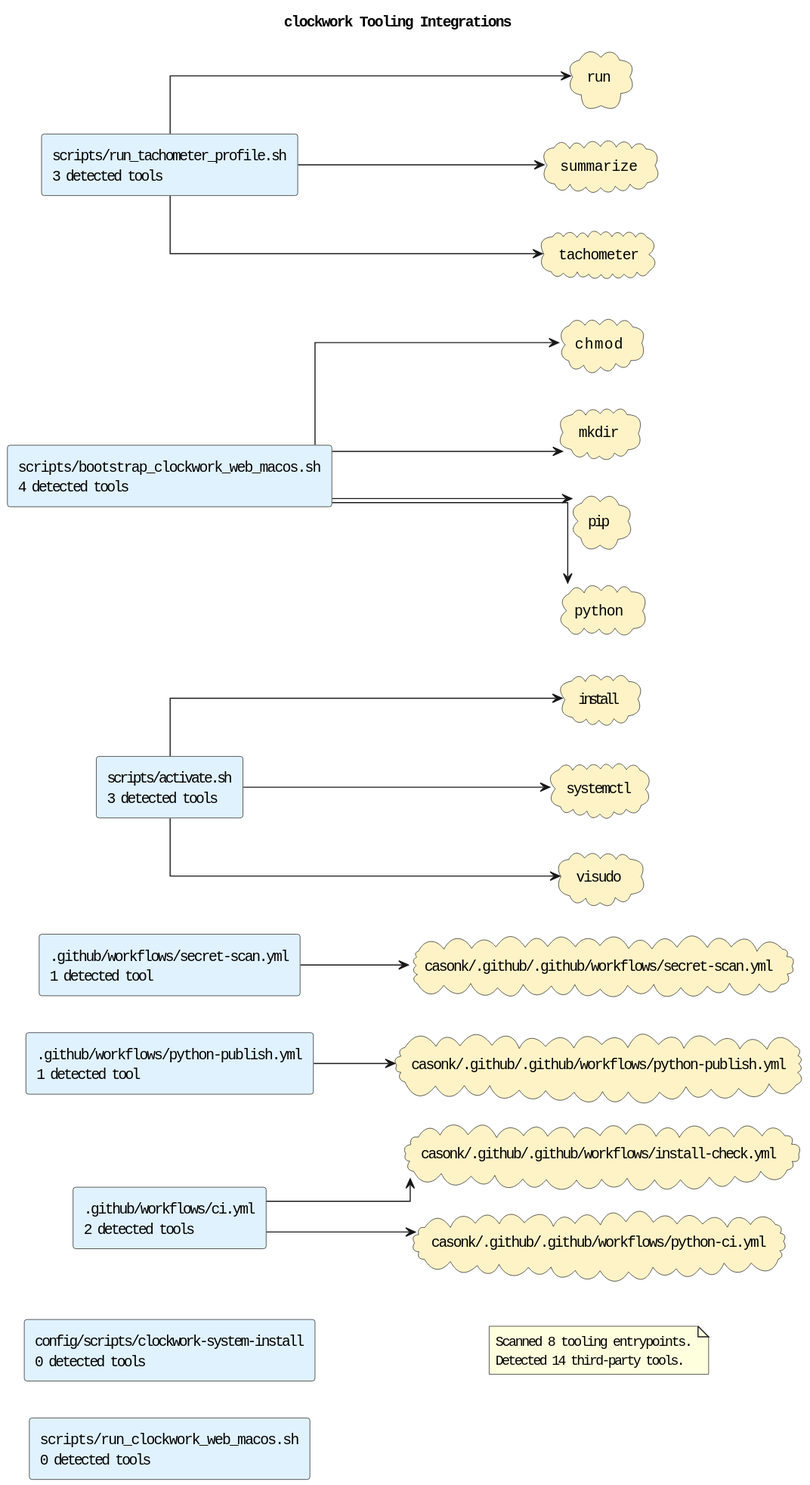
This is docs/diagrams/tooling-integrations.puml.svg from casonk/clockwork, a PlantUML export, as it was before one commit. Its diagram source:
```plantuml
@startuml
title clockwork Tooling Integrations
left to right direction
skinparam shadowing false
skinparam defaultFontName Monospace
skinparam componentStyle rectangle
skinparam linetype ortho
rectangle ".github/workflows/ci.yml\n2 detected tools" as source_github_workflows_ci_yml #E0F2FE
rectangle ".github/workflows/python-publish.yml\n1 detected tool" as source_github_workflows_python_publish_yml #E0F2FE
rectangle ".github/workflows/secret-scan.yml\n1 detected tool" as source_github_workflows_secret_scan_yml #E0F2FE
rectangle "config/scripts/clockwork-system-install\n0 detected tools" as source_config_scripts_clockwork_system_install #E0F2FE
rectangle "scripts/activate.sh\n3 detected tools" as source_scripts_activate_sh #E0F2FE
rectangle "scripts/bootstrap_clockwork_web_macos.sh\n4 detected tools" as source_scripts_bootstrap_clockwork_web_macos_sh #E0F2FE
rectangle "scripts/run_clockwork_web_macos.sh\n0 detected tools" as source_scripts_run_clockwork_web_macos_sh #E0F2FE
rectangle "scripts/run_tachometer_profile.sh\n3 detected tools" as source_scripts_run_tachometer_profile_sh #E0F2FE
cloud "casonk/.github/.github/workflows/install-check.yml" as tool_casonk_github_github_workflows_install_check_yml #FEF3C7
cloud "casonk/.github/.github/workflows/python-ci.yml" as tool_casonk_github_github_workflows_python_ci_yml #FEF3C7
cloud "casonk/.github/.github/workflows/python-publish.yml" as tool_casonk_github_github_workflows_python_publish_yml #FEF3C7
cloud "casonk/.github/.github/workflows/secret-scan.yml" as tool_casonk_github_github_workflows_secret_scan_yml #FEF3C7
cloud "chmod" as tool_chmod #FEF3C7
cloud "install" as tool_install #FEF3C7
cloud "mkdir" as tool_mkdir #FEF3C7
cloud "pip" as tool_pip #FEF3C7
cloud "python" as tool_python #FEF3C7
cloud "run" as tool_run #FEF3C7
cloud "summarize" as tool_summarize #FEF3C7
cloud "systemctl" as tool_systemctl #FEF3C7
cloud "tachometer" as tool_tachometer #FEF3C7
cloud "visudo" as tool_visudo #FEF3C7
source_github_workflows_ci_yml --> tool_casonk_github_github_workflows_install_check_yml
source_github_workflows_ci_yml --> tool_casonk_github_github_workflows_python_ci_yml
source_github_workflows_python_publish_yml --> tool_casonk_github_github_workflows_python_publish_yml
source_github_workflows_secret_scan_yml --> tool_casonk_github_github_workflows_secret_scan_yml
source_scripts_activate_sh --> tool_install
source_scripts_activate_sh --> tool_systemctl
source_scripts_activate_sh --> tool_visudo
source_scripts_bootstrap_clockwork_web_macos_sh --> tool_chmod
source_scripts_bootstrap_clockwork_web_macos_sh --> tool_mkdir
source_scripts_bootstrap_clockwork_web_macos_sh --> tool_pip
source_scripts_bootstrap_clockwork_web_macos_sh --> tool_python
source_scripts_run_tachometer_profile_sh --> tool_run
source_scripts_run_tachometer_profile_sh --> tool_summarize
source_scripts_run_tachometer_profile_sh --> tool_tachometer
note as toolingGraphSummary
Scanned 8 tooling entrypoints.
Detected 14 third-party tools.
end note
@enduml
```
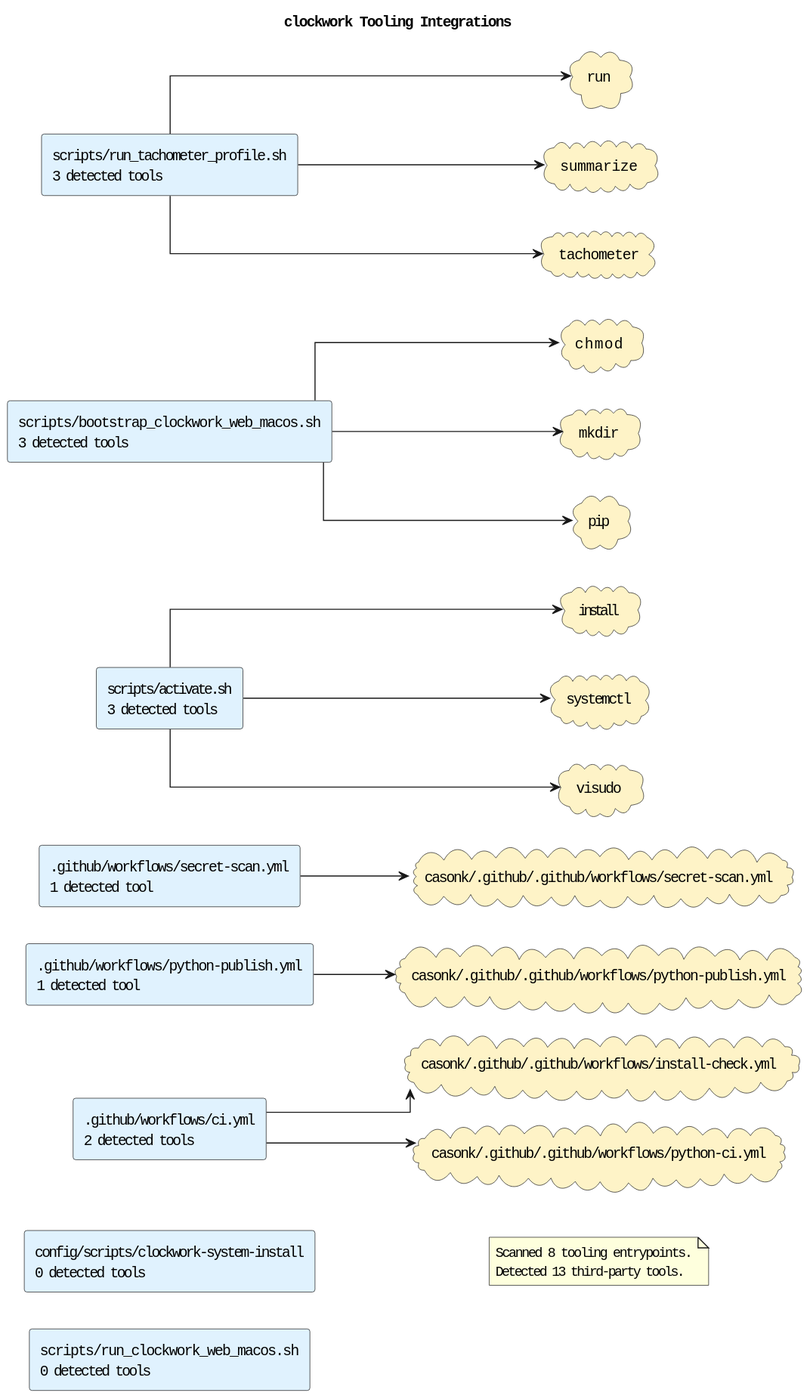
The same file after the commit.

The edit, as a diff of the source:
```diff
@@ -10,7 +10,7 @@
 rectangle ".github/workflows/secret-scan.yml\n1 detected tool" as source_github_workflows_secret_scan_yml #E0F2FE
 rectangle "config/scripts/clockwork-system-install\n0 detected tools" as source_config_scripts_clockwork_system_install #E0F2FE
 rectangle "scripts/activate.sh\n3 detected tools" as source_scripts_activate_sh #E0F2FE
-rectangle "scripts/bootstrap_clockwork_web_macos.sh\n4 detected tools" as source_scripts_bootstrap_clockwork_web_macos_sh #E0F2FE
+rectangle "scripts/bootstrap_clockwork_web_macos.sh\n3 detected tools" as source_scripts_bootstrap_clockwork_web_macos_sh #E0F2FE
 rectangle "scripts/run_clockwork_web_macos.sh\n0 detected tools" as source_scripts_run_clockwork_web_macos_sh #E0F2FE
 rectangle "scripts/run_tachometer_profile.sh\n3 detected tools" as source_scripts_run_tachometer_profile_sh #E0F2FE
 cloud "casonk/.github/.github/workflows/install-check.yml" as tool_casonk_github_github_workflows_install_check_yml #FEF3C7
@@ -21,7 +21,6 @@
 cloud "install" as tool_install #FEF3C7
 cloud "mkdir" as tool_mkdir #FEF3C7
 cloud "pip" as tool_pip #FEF3C7
-cloud "python" as tool_python #FEF3C7
 cloud "run" as tool_run #FEF3C7
 cloud "summarize" as tool_summarize #FEF3C7
 cloud "systemctl" as tool_systemctl #FEF3C7
@@ -37,12 +36,11 @@
 source_scripts_bootstrap_clockwork_web_macos_sh --> tool_chmod
 source_scripts_bootstrap_clockwork_web_macos_sh --> tool_mkdir
 source_scripts_bootstrap_clockwork_web_macos_sh --> tool_pip
-source_scripts_bootstrap_clockwork_web_macos_sh --> tool_python
 source_scripts_run_tachometer_profile_sh --> tool_run
 source_scripts_run_tachometer_profile_sh --> tool_summarize
 source_scripts_run_tachometer_profile_sh --> tool_tachometer
 note as toolingGraphSummary
 Scanned 8 tooling entrypoints.
-Detected 14 third-party tools.
+Detected 13 third-party tools.
 end note
 @enduml
```
